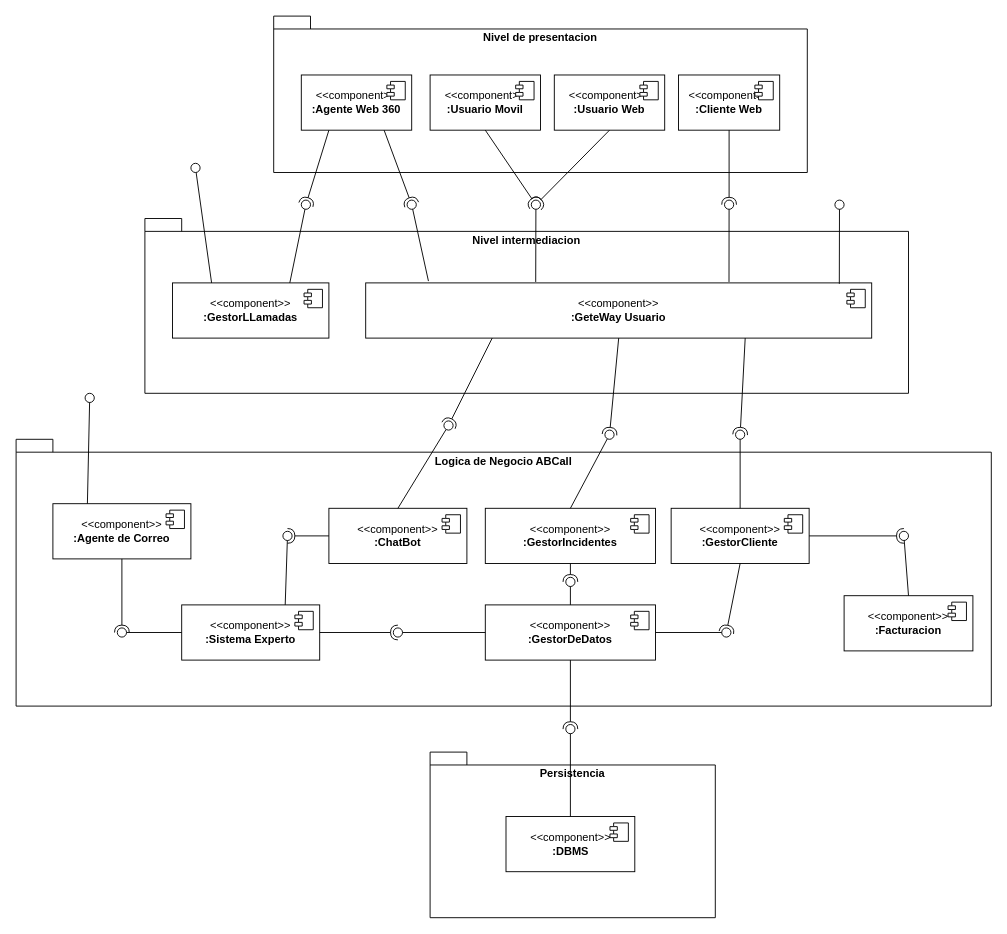
This is diagramas/DiagramaComponentesNiveles.drawio from ronguito/arquitectura, a draw.io file, before an edit. Source tidied: cells renumbered, new cells numbered last; positions are measured from the earlier drawing's top-left corner, leaving out a move shared by most shapes. Both pictures are drawn from the tidied source at 92%, with x=0, y=0 at pixel (16, 16).
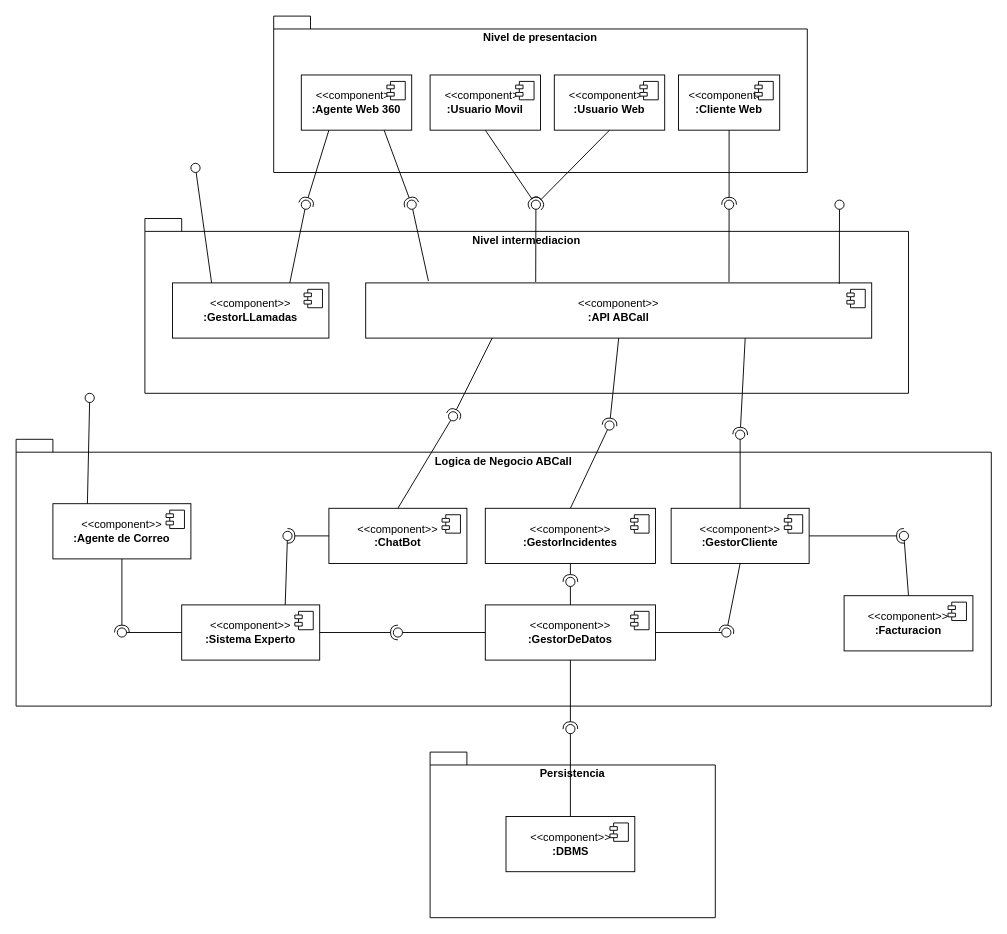
The same diagram, later.

The edit, as a diff of the source:
```diff
@@
-    <mxCell id="14" value="&amp;lt;&amp;lt;component&amp;gt;&amp;gt;&lt;div&gt;&lt;b&gt;:GeteWay Usuario&lt;/b&gt;&lt;/div&gt;" style="html=1;whiteSpace=wrap;" parent="1" vertex="1">
+    <mxCell id="14" value="&amp;lt;&amp;lt;component&amp;gt;&amp;gt;&lt;div&gt;&lt;b&gt;:API ABCall&lt;/b&gt;&lt;/div&gt;" style="html=1;whiteSpace=wrap;" parent="1" vertex="1">
       <mxGeometry x="380" y="290" width="550" height="60" as="geometry" />
     </mxCell>
@@
     <mxCell id="33" style="ellipse;whiteSpace=wrap;html=1;align=center;fillColor=none;strokeColor=none;perimeter=centerPerimeter;points=[];outlineConnect=1;" parent="1" vertex="1">
-      <mxGeometry x="640" y="450" width="10" height="10" as="geometry" />
+      <mxGeometry x="640" y="440" width="10" height="10" as="geometry" />
     </mxCell>
@@
     <mxCell id="37" style="ellipse;whiteSpace=wrap;html=1;align=center;fillColor=none;strokeColor=none;perimeter=centerPerimeter;points=[];outlineConnect=1;" parent="1" vertex="1">
-      <mxGeometry x="465" y="440" width="10" height="10" as="geometry" />
+      <mxGeometry x="470" y="430" width="10" height="10" as="geometry" />
     </mxCell>
```
